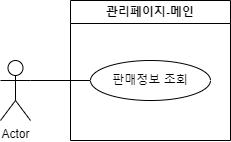
Above: 판매목록조회.drawio.png in pjhong1004/springhomework (draw.io), before the change. Source tidied: cells renumbered, new cells last; positions are measured from the earlier drawing's top-left corner, leaving out a move shared by most shapes.
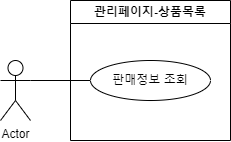
The same diagram one commit later.

Commit message:
판매목록조회.drawio.png 업데이트

What changed in the source:
```diff
@@ -8,7 +8,7 @@
     <mxCell id="3" style="endArrow=none;html=1;rounded=0;entryX=0;entryY=0.5;entryDx=0;entryDy=0;exitX=1;exitY=0.3333333333333333;exitDx=0;exitDy=0;exitPerimeter=0;" parent="1" edge="1" source="2" target="5">
       <mxGeometry relative="1" as="geometry" />
     </mxCell>
-    <mxCell id="4" value="관리페이지-메인" style="swimlane;whiteSpace=wrap;html=1;" parent="1" vertex="1">
+    <mxCell id="4" value="관리페이지-상품목록" style="swimlane;whiteSpace=wrap;html=1;" parent="1" vertex="1">
       <mxGeometry x="70" width="160" height="140" as="geometry" />
     </mxCell>
     <mxCell id="5" value="판매정보 조회" style="ellipse;whiteSpace=wrap;html=1;" parent="4" vertex="1">
```
